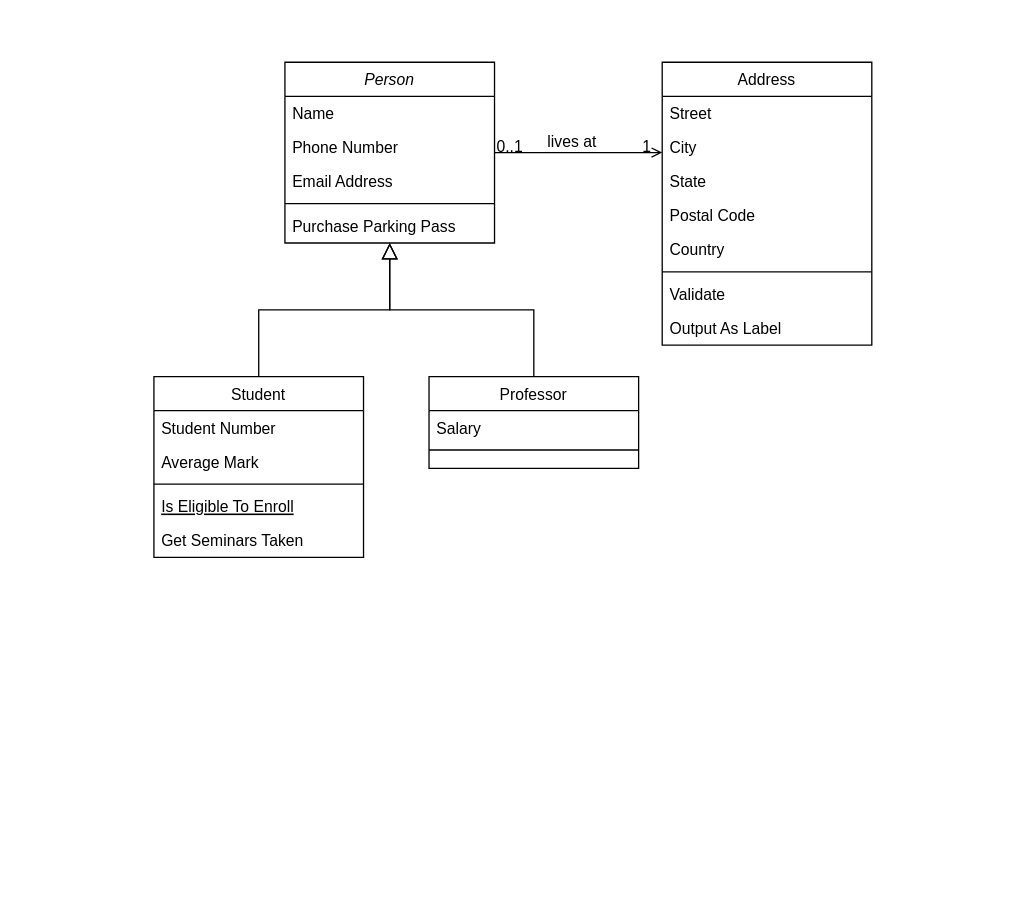
Earlier version of the draw.io diagram Diagrama sem nome.drawio (jmtannus/Analista-em-Tecnologia). Source tidied: cells renumbered, new cells numbered last; positions are measured from the earlier drawing's top-left corner, leaving out a move shared by most shapes. Both pictures are drawn from the tidied source at 131%, with x=0, y=0 at pixel (153, 62).
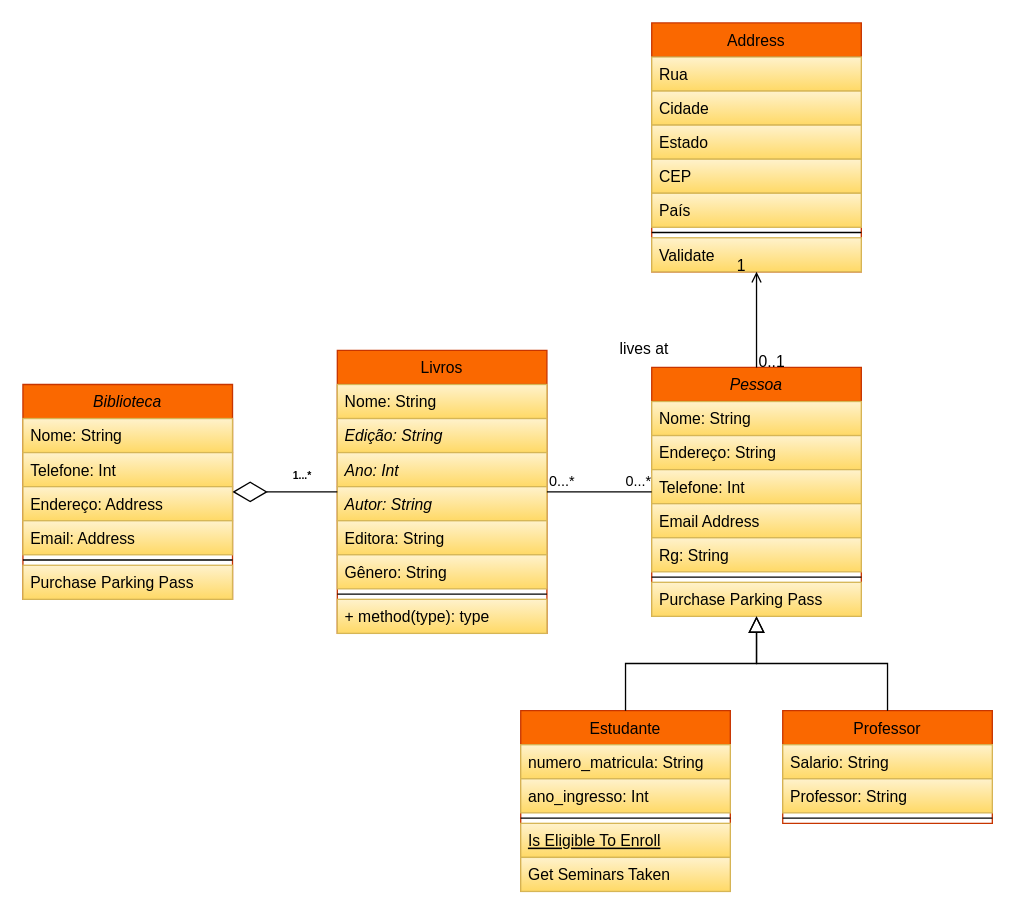
Above is the later version.

The edit, as a diff of the source:
```diff
@@
-    <mxCell id="2" value="Person" style="swimlane;fontStyle=2;align=center;verticalAlign=top;horizontal=1;startSize=26;rounded=0;shadow=0;strokeWidth=1;" parent="1" vertex="1">
-      <mxGeometry x="100" width="160" height="138" as="geometry" />
+    <mxCell id="2" value="Pessoa" style="swimlane;fontStyle=2;align=center;verticalAlign=top;horizontal=1;startSize=26;rounded=0;shadow=0;strokeWidth=1;fillColor=#fa6800;strokeColor=light-dark(#C73500,#1A1A1A);swimlaneFillColor=none;gradientDirection=north;fontColor=#000000;" parent="1" vertex="1">
+      <mxGeometry x="380" y="233" width="160" height="190" as="geometry" />
     </mxCell>
-    <mxCell id="3" value="Name" style="text;align=left;verticalAlign=top;spacingLeft=4;spacingRight=4;overflow=hidden;" parent="2" vertex="1">
+    <mxCell id="3" value="Nome: String" style="text;align=left;verticalAlign=top;spacingLeft=4;spacingRight=4;overflow=hidden;fillColor=#fff2cc;gradientColor=#ffd966;strokeColor=#d6b656;" parent="2" vertex="1">
       <mxGeometry y="26" width="160" height="26" as="geometry" />
     </mxCell>
+    <mxCell id="32" value="Endereço: String" style="text;align=left;verticalAlign=top;spacingLeft=4;spacingRight=4;overflow=hidden;fillColor=#fff2cc;gradientColor=#ffd966;strokeColor=#d6b656;" parent="2" vertex="1">
+      <mxGeometry y="52" width="160" height="26" as="geometry" />
+    </mxCell>
-    <mxCell id="4" value="Phone Number" style="text;align=left;verticalAlign=top;spacingLeft=4;spacingRight=4;overflow=hidden;rounded=0;shadow=0;html=0;" parent="2" vertex="1">
-      <mxGeometry y="52" width="160" height="26" as="geometry" />
+    <mxCell id="4" value="Telefone: Int" style="text;align=left;verticalAlign=top;spacingLeft=4;spacingRight=4;overflow=hidden;rounded=0;shadow=0;html=0;fillColor=#fff2cc;gradientColor=#ffd966;strokeColor=#d6b656;" parent="2" vertex="1">
+      <mxGeometry y="78" width="160" height="26" as="geometry" />
     </mxCell>
-    <mxCell id="5" value="Email Address" style="text;align=left;verticalAlign=top;spacingLeft=4;spacingRight=4;overflow=hidden;rounded=0;shadow=0;html=0;" parent="2" vertex="1">
-      <mxGeometry y="78" width="160" height="26" as="geometry" />
+    <mxCell id="5" value="Email Address" style="text;align=left;verticalAlign=top;spacingLeft=4;spacingRight=4;overflow=hidden;rounded=0;shadow=0;html=0;fillColor=#fff2cc;gradientColor=#ffd966;strokeColor=#d6b656;" parent="2" vertex="1">
+      <mxGeometry y="104" width="160" height="26" as="geometry" />
     </mxCell>
+    <mxCell id="33" value="Rg: String" style="text;align=left;verticalAlign=top;spacingLeft=4;spacingRight=4;overflow=hidden;fillColor=#fff2cc;gradientColor=#ffd966;strokeColor=#d6b656;" parent="2" vertex="1">
+      <mxGeometry y="130" width="160" height="26" as="geometry" />
+    </mxCell>
     <mxCell id="6" style="line;html=1;strokeWidth=1;align=left;verticalAlign=middle;spacingTop=-1;spacingLeft=3;spacingRight=3;labelPosition=right;" parent="2" vertex="1">
-      <mxGeometry y="104" width="160" height="8" as="geometry" />
+      <mxGeometry y="156" width="160" height="8" as="geometry" />
     </mxCell>
-    <mxCell id="7" value="Purchase Parking Pass" style="text;align=left;verticalAlign=top;spacingLeft=4;spacingRight=4;overflow=hidden;" parent="2" vertex="1">
-      <mxGeometry y="112" width="160" height="26" as="geometry" />
+    <mxCell id="7" value="Purchase Parking Pass" style="text;align=left;verticalAlign=top;spacingLeft=4;spacingRight=4;overflow=hidden;fillColor=#fff2cc;gradientColor=#ffd966;strokeColor=#d6b656;" parent="2" vertex="1">
+      <mxGeometry y="164" width="160" height="26" as="geometry" />
     </mxCell>
-    <mxCell id="8" value="Student" style="swimlane;fontStyle=0;align=center;verticalAlign=top;horizontal=1;startSize=26;rounded=0;shadow=0;strokeWidth=1;" parent="1" vertex="1">
-      <mxGeometry y="240" width="160" height="138" as="geometry" />
+    <mxCell id="8" value="Estudante" style="swimlane;fontStyle=0;align=center;verticalAlign=top;horizontal=1;startSize=26;rounded=0;shadow=0;strokeWidth=1;fillColor=#fa6800;fontColor=#000000;strokeColor=light-dark(#C73500,#1A1A1A);" parent="1" vertex="1">
+      <mxGeometry x="280" y="495" width="160" height="138" as="geometry" />
     </mxCell>
-    <mxCell id="9" value="Student Number" style="text;align=left;verticalAlign=top;spacingLeft=4;spacingRight=4;overflow=hidden;" parent="8" vertex="1">
+    <mxCell id="9" value="numero_matricula: String" style="text;align=left;verticalAlign=top;spacingLeft=4;spacingRight=4;overflow=hidden;fillColor=#fff2cc;gradientColor=#ffd966;strokeColor=#d6b656;" parent="8" vertex="1">
       <mxGeometry y="26" width="160" height="26" as="geometry" />
     </mxCell>
-    <mxCell id="10" value="Average Mark" style="text;align=left;verticalAlign=top;spacingLeft=4;spacingRight=4;overflow=hidden;rounded=0;shadow=0;html=0;" parent="8" vertex="1">
+    <mxCell id="10" value="ano_ingresso: Int" style="text;align=left;verticalAlign=top;spacingLeft=4;spacingRight=4;overflow=hidden;rounded=0;shadow=0;html=0;fillColor=#fff2cc;gradientColor=#ffd966;strokeColor=#d6b656;" parent="8" vertex="1">
       <mxGeometry y="52" width="160" height="26" as="geometry" />
     </mxCell>
@@
-    <mxCell id="12" value="Is Eligible To Enroll" style="text;align=left;verticalAlign=top;spacingLeft=4;spacingRight=4;overflow=hidden;fontStyle=4;" parent="8" vertex="1">
+    <mxCell id="12" value="Is Eligible To Enroll" style="text;align=left;verticalAlign=top;spacingLeft=4;spacingRight=4;overflow=hidden;fontStyle=4;fillColor=#fff2cc;gradientColor=#ffd966;strokeColor=#d6b656;" parent="8" vertex="1">
       <mxGeometry y="86" width="160" height="26" as="geometry" />
     </mxCell>
-    <mxCell id="13" value="Get Seminars Taken" style="text;align=left;verticalAlign=top;spacingLeft=4;spacingRight=4;overflow=hidden;" parent="8" vertex="1">
+    <mxCell id="13" value="Get Seminars Taken" style="text;align=left;verticalAlign=top;spacingLeft=4;spacingRight=4;overflow=hidden;fillColor=#fff2cc;gradientColor=#ffd966;strokeColor=#d6b656;" parent="8" vertex="1">
       <mxGeometry y="112" width="160" height="26" as="geometry" />
     </mxCell>
@@
-    <mxCell id="15" value="Professor" style="swimlane;fontStyle=0;align=center;verticalAlign=top;horizontal=1;startSize=26;rounded=0;shadow=0;strokeWidth=1;" parent="1" vertex="1">
-      <mxGeometry x="210" y="240" width="160" height="70" as="geometry" />
+    <mxCell id="15" value="Professor" style="swimlane;fontStyle=0;align=center;verticalAlign=top;horizontal=1;startSize=26;rounded=0;shadow=0;strokeWidth=1;fillColor=#fa6800;fontColor=#000000;strokeColor=light-dark(#C73500,#1A1A1A);" parent="1" vertex="1">
+      <mxGeometry x="480" y="495" width="160" height="86" as="geometry" />
     </mxCell>
-    <mxCell id="16" value="Salary" style="text;align=left;verticalAlign=top;spacingLeft=4;spacingRight=4;overflow=hidden;" parent="15" vertex="1">
+    <mxCell id="16" value="Salario: String" style="text;align=left;verticalAlign=top;spacingLeft=4;spacingRight=4;overflow=hidden;fillColor=#fff2cc;gradientColor=#ffd966;strokeColor=#d6b656;" parent="15" vertex="1">
       <mxGeometry y="26" width="160" height="26" as="geometry" />
     </mxCell>
+    <mxCell id="34" value="Professor: String" style="text;align=left;verticalAlign=top;spacingLeft=4;spacingRight=4;overflow=hidden;fillColor=#fff2cc;gradientColor=#ffd966;strokeColor=#d6b656;" parent="15" vertex="1">
+      <mxGeometry y="52" width="160" height="26" as="geometry" />
+    </mxCell>
     <mxCell id="17" style="line;html=1;strokeWidth=1;align=left;verticalAlign=middle;spacingTop=-1;spacingLeft=3;spacingRight=3;labelPosition=right;" parent="15" vertex="1">
-      <mxGeometry y="52" width="160" height="8" as="geometry" />
+      <mxGeometry y="78" width="160" height="8" as="geometry" />
     </mxCell>
@@
-    <mxCell id="19" value="Address" style="swimlane;fontStyle=0;align=center;verticalAlign=top;horizontal=1;startSize=26;rounded=0;shadow=0;strokeWidth=1;" parent="1" vertex="1">
-      <mxGeometry x="388" width="160" height="216" as="geometry" />
+    <mxCell id="19" value="Address" style="swimlane;fontStyle=0;align=center;verticalAlign=top;horizontal=1;startSize=26;rounded=0;shadow=0;strokeWidth=1;fillColor=#fa6800;fontColor=#000000;strokeColor=#C73500;" parent="1" vertex="1">
+      <mxGeometry x="380" y="-30" width="160" height="190" as="geometry" />
     </mxCell>
-    <mxCell id="20" value="Street" style="text;align=left;verticalAlign=top;spacingLeft=4;spacingRight=4;overflow=hidden;" parent="19" vertex="1">
+    <mxCell id="20" value="Rua" style="text;align=left;verticalAlign=top;spacingLeft=4;spacingRight=4;overflow=hidden;fillColor=#fff2cc;gradientColor=#ffd966;strokeColor=#d6b656;" parent="19" vertex="1">
       <mxGeometry y="26" width="160" height="26" as="geometry" />
     </mxCell>
-    <mxCell id="21" value="City" style="text;align=left;verticalAlign=top;spacingLeft=4;spacingRight=4;overflow=hidden;rounded=0;shadow=0;html=0;" parent="19" vertex="1">
+    <mxCell id="21" value="Cidade" style="text;align=left;verticalAlign=top;spacingLeft=4;spacingRight=4;overflow=hidden;rounded=0;shadow=0;html=0;fillColor=#fff2cc;gradientColor=#ffd966;strokeColor=#d6b656;" parent="19" vertex="1">
       <mxGeometry y="52" width="160" height="26" as="geometry" />
     </mxCell>
-    <mxCell id="22" value="State" style="text;align=left;verticalAlign=top;spacingLeft=4;spacingRight=4;overflow=hidden;rounded=0;shadow=0;html=0;" parent="19" vertex="1">
+    <mxCell id="22" value="Estado" style="text;align=left;verticalAlign=top;spacingLeft=4;spacingRight=4;overflow=hidden;rounded=0;shadow=0;html=0;fillColor=#fff2cc;gradientColor=#ffd966;strokeColor=#d6b656;" parent="19" vertex="1">
       <mxGeometry y="78" width="160" height="26" as="geometry" />
     </mxCell>
-    <mxCell id="23" value="Postal Code" style="text;align=left;verticalAlign=top;spacingLeft=4;spacingRight=4;overflow=hidden;rounded=0;shadow=0;html=0;" parent="19" vertex="1">
+    <mxCell id="23" value="CEP" style="text;align=left;verticalAlign=top;spacingLeft=4;spacingRight=4;overflow=hidden;rounded=0;shadow=0;html=0;fillColor=#fff2cc;gradientColor=#ffd966;strokeColor=#d6b656;" parent="19" vertex="1">
       <mxGeometry y="104" width="160" height="26" as="geometry" />
     </mxCell>
-    <mxCell id="24" value="Country" style="text;align=left;verticalAlign=top;spacingLeft=4;spacingRight=4;overflow=hidden;rounded=0;shadow=0;html=0;" parent="19" vertex="1">
+    <mxCell id="24" value="País" style="text;align=left;verticalAlign=top;spacingLeft=4;spacingRight=4;overflow=hidden;rounded=0;shadow=0;html=0;fillColor=#fff2cc;gradientColor=#ffd966;strokeColor=#d6b656;" parent="19" vertex="1">
       <mxGeometry y="130" width="160" height="26" as="geometry" />
     </mxCell>
@@
-    <mxCell id="26" value="Validate" style="text;align=left;verticalAlign=top;spacingLeft=4;spacingRight=4;overflow=hidden;" parent="19" vertex="1">
+    <mxCell id="26" value="Validate" style="text;align=left;verticalAlign=top;spacingLeft=4;spacingRight=4;overflow=hidden;fillColor=#fff2cc;gradientColor=#ffd966;strokeColor=#d6b656;" parent="19" vertex="1">
       <mxGeometry y="164" width="160" height="26" as="geometry" />
     </mxCell>
-    <mxCell id="27" value="Output As Label" style="text;align=left;verticalAlign=top;spacingLeft=4;spacingRight=4;overflow=hidden;" parent="19" vertex="1">
-      <mxGeometry y="190" width="160" height="26" as="geometry" />
-    </mxCell>
@@
+    <mxCell id="35" value="Biblioteca" style="swimlane;fontStyle=2;align=center;verticalAlign=top;horizontal=1;startSize=26;rounded=0;shadow=0;strokeWidth=1;fillColor=#fa6800;strokeColor=light-dark(#C73500,#1A1A1A);swimlaneFillColor=none;gradientDirection=north;fontColor=#000000;" parent="1" vertex="1">
+      <mxGeometry x="-100" y="246" width="160" height="164" as="geometry" />
+    </mxCell>
+    <mxCell id="36" value="Nome: String" style="text;align=left;verticalAlign=top;spacingLeft=4;spacingRight=4;overflow=hidden;fillColor=#fff2cc;gradientColor=#ffd966;strokeColor=#d6b656;" parent="35" vertex="1">
+      <mxGeometry y="26" width="160" height="26" as="geometry" />
+    </mxCell>
+    <mxCell id="37" value="Telefone: Int" style="text;align=left;verticalAlign=top;spacingLeft=4;spacingRight=4;overflow=hidden;rounded=0;shadow=0;html=0;fillColor=#fff2cc;gradientColor=#ffd966;strokeColor=#d6b656;" parent="35" vertex="1">
+      <mxGeometry y="52" width="160" height="26" as="geometry" />
+    </mxCell>
+    <mxCell id="38" value="Endereço: Address" style="text;align=left;verticalAlign=top;spacingLeft=4;spacingRight=4;overflow=hidden;rounded=0;shadow=0;html=0;fillColor=#fff2cc;gradientColor=#ffd966;strokeColor=#d6b656;" parent="35" vertex="1">
+      <mxGeometry y="78" width="160" height="26" as="geometry" />
+    </mxCell>
+    <mxCell id="39" value="Email: Address" style="text;align=left;verticalAlign=top;spacingLeft=4;spacingRight=4;overflow=hidden;rounded=0;shadow=0;html=0;fillColor=#fff2cc;gradientColor=#ffd966;strokeColor=#d6b656;" parent="35" vertex="1">
+      <mxGeometry y="104" width="160" height="26" as="geometry" />
+    </mxCell>
+    <mxCell id="40" style="line;html=1;strokeWidth=1;align=left;verticalAlign=middle;spacingTop=-1;spacingLeft=3;spacingRight=3;labelPosition=right;" parent="35" vertex="1">
+      <mxGeometry y="130" width="160" height="8" as="geometry" />
+    </mxCell>
+    <mxCell id="41" value="Purchase Parking Pass" style="text;align=left;verticalAlign=top;spacingLeft=4;spacingRight=4;overflow=hidden;fillColor=#fff2cc;gradientColor=#ffd966;strokeColor=#d6b656;" parent="35" vertex="1">
+      <mxGeometry y="138" width="160" height="26" as="geometry" />
+    </mxCell>
+    <mxCell id="42" value="Livros" style="swimlane;fontStyle=0;align=center;verticalAlign=top;horizontal=1;startSize=26;rounded=0;shadow=0;strokeWidth=1;fillColor=#fa6800;fontColor=#000000;strokeColor=light-dark(#C73500,#1A1A1A);" parent="1" vertex="1">
+      <mxGeometry x="140" y="220" width="160" height="216" as="geometry" />
+    </mxCell>
+    <mxCell id="43" value="Nome: String" style="text;align=left;verticalAlign=top;spacingLeft=4;spacingRight=4;overflow=hidden;fillColor=#fff2cc;gradientColor=#ffd966;strokeColor=#d6b656;fontStyle=0;" parent="42" vertex="1">
+      <mxGeometry y="26" width="160" height="26" as="geometry" />
+    </mxCell>
+    <mxCell id="44" value="Edição: String" style="text;align=left;verticalAlign=top;spacingLeft=4;spacingRight=4;overflow=hidden;fillColor=#fff2cc;gradientColor=#ffd966;strokeColor=#d6b656;fontStyle=2;" parent="42" vertex="1">
+      <mxGeometry y="52" width="160" height="26" as="geometry" />
+    </mxCell>
+    <mxCell id="45" value="Ano: Int" style="text;align=left;verticalAlign=top;spacingLeft=4;spacingRight=4;overflow=hidden;fillColor=#fff2cc;gradientColor=#ffd966;strokeColor=#d6b656;fontStyle=2;" parent="42" vertex="1">
+      <mxGeometry y="78" width="160" height="26" as="geometry" />
+    </mxCell>
+    <mxCell id="46" value="Autor: String" style="text;align=left;verticalAlign=top;spacingLeft=4;spacingRight=4;overflow=hidden;fillColor=#fff2cc;gradientColor=#ffd966;strokeColor=#d6b656;fontStyle=2;" parent="42" vertex="1">
+      <mxGeometry y="104" width="160" height="26" as="geometry" />
+    </mxCell>
+    <mxCell id="47" value="Editora: String" style="text;align=left;verticalAlign=top;spacingLeft=4;spacingRight=4;overflow=hidden;fillColor=#fff2cc;gradientColor=#ffd966;strokeColor=#d6b656;" parent="42" vertex="1">
+      <mxGeometry y="130" width="160" height="26" as="geometry" />
+    </mxCell>
+    <mxCell id="48" value="Gênero: String" style="text;align=left;verticalAlign=top;spacingLeft=4;spacingRight=4;overflow=hidden;fillColor=#fff2cc;gradientColor=#ffd966;strokeColor=#d6b656;" parent="42" vertex="1">
+      <mxGeometry y="156" width="160" height="26" as="geometry" />
+    </mxCell>
+    <mxCell id="49" style="line;html=1;strokeWidth=1;align=left;verticalAlign=middle;spacingTop=-1;spacingLeft=3;spacingRight=3;labelPosition=right;" parent="42" vertex="1">
+      <mxGeometry y="182" width="160" height="8" as="geometry" />
+    </mxCell>
+    <mxCell id="50" value="+ method(type): type" style="text;align=left;verticalAlign=top;spacingLeft=4;spacingRight=4;overflow=hidden;fillColor=#fff2cc;gradientColor=#ffd966;strokeColor=#d6b656;" parent="42" vertex="1">
+      <mxGeometry y="190" width="160" height="26" as="geometry" />
+    </mxCell>
+    <mxCell id="51" style="endArrow=none;html=1;edgeStyle=orthogonalEdgeStyle;rounded=0;" parent="1" edge="1" source="42" target="2">
+      <mxGeometry relative="1" as="geometry" />
+    </mxCell>
+    <mxCell id="52" value="0...*" style="edgeLabel;html=1;align=left;verticalAlign=bottom;" parent="51" vertex="1">
+      <mxGeometry x="-1" relative="1" as="geometry" />
+    </mxCell>
+    <mxCell id="53" value="0...*" style="edgeLabel;html=1;align=right;verticalAlign=bottom;" parent="51" vertex="1">
+      <mxGeometry x="1" relative="1" as="geometry" />
+    </mxCell>
+    <mxCell id="54" style="endArrow=diamondThin;endFill=0;endSize=24;html=1;rounded=0;startArrow=none;startFill=0;" parent="1" edge="1" source="42" target="35">
+      <mxGeometry relative="1" as="geometry" />
+    </mxCell>
+    <mxCell id="55" value="&lt;font style=&quot;font-size: 8px;&quot;&gt;&lt;b&gt;1...*&lt;/b&gt;&lt;/font&gt;" style="text;html=1;align=center;verticalAlign=middle;strokeColor=none;fillColor=none;strokeWidth=0;" parent="1" vertex="1">
+      <mxGeometry x="93" y="300" width="40" height="30" as="geometry" />
+    </mxCell>
```
